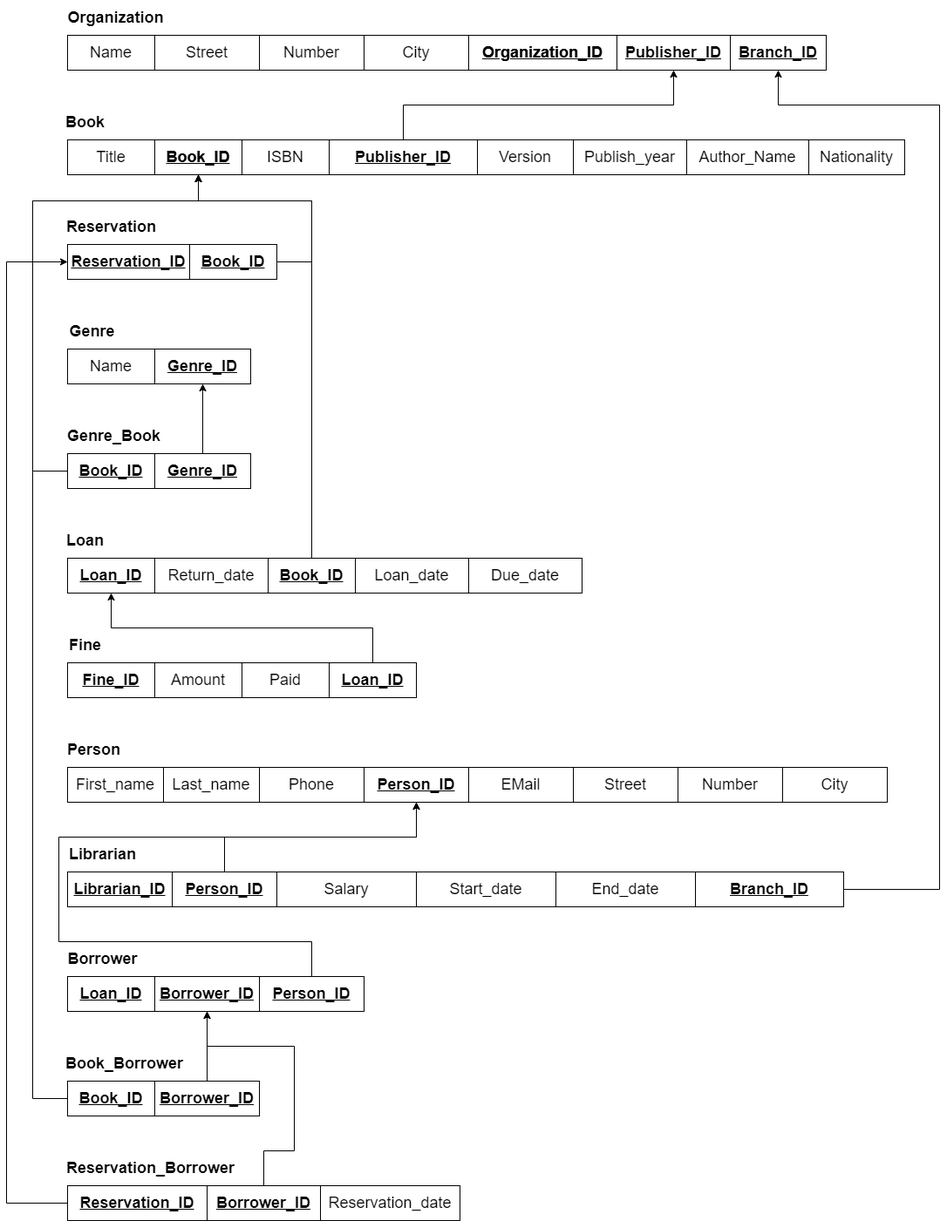
YouAndMEME/sose23-database keeps this draw.io diagram as Relational_Model/Relational Model - 2NF.png. Above is the earlier version. Source tidied: cells renumbered, new cells last; positions are measured from the earlier drawing's top-left corner, leaving out a move shared by most shapes.
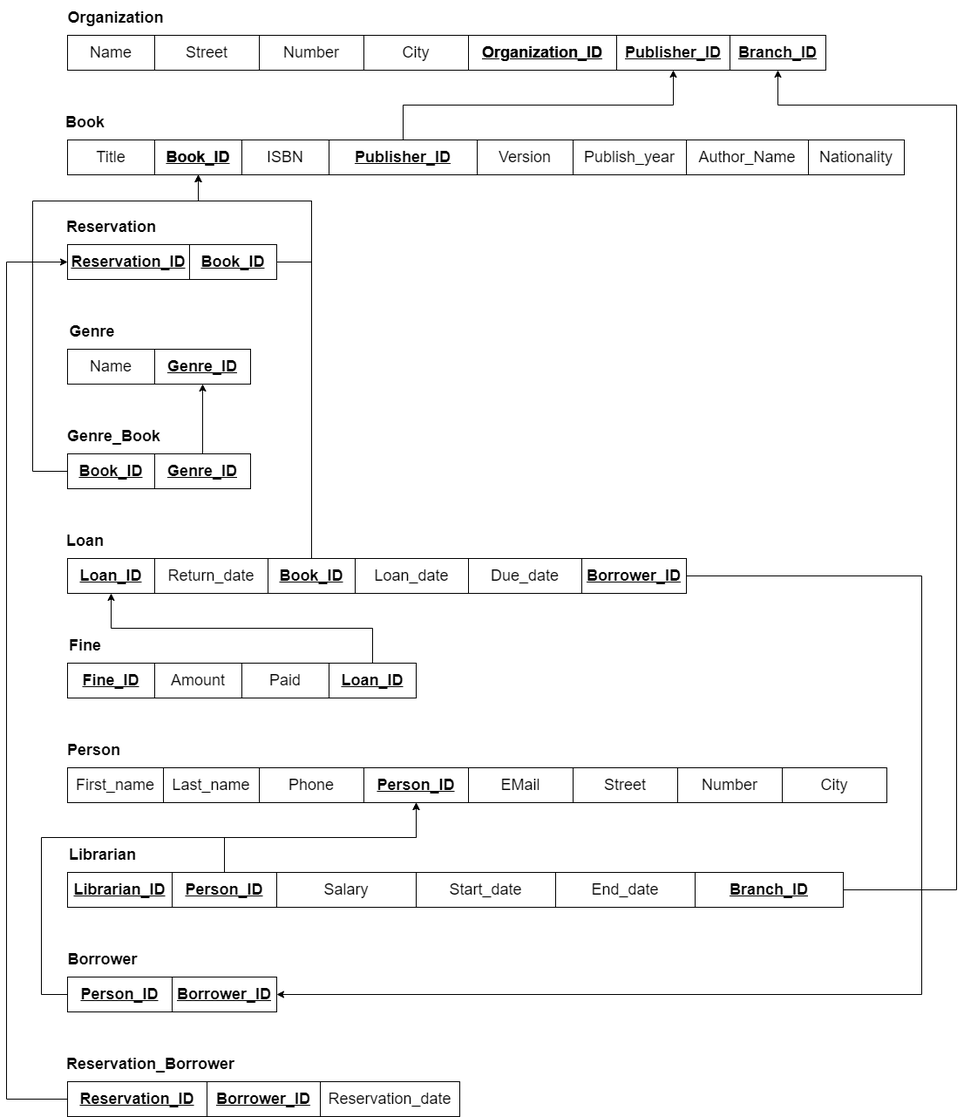
The same file after the commit.

Commit message:
Updated Relational Model Borrower

The edit, as a diff of the source:
```diff
@@ -141,7 +141,7 @@
       <mxGeometry x="70" y="1000" width="120" height="40" as="geometry" />
     </mxCell>
     <mxCell id="41" value="Borrower_ID" style="whiteSpace=wrap;html=1;align=center;strokeColor=default;fontSize=18;fillColor=none;fontStyle=5;" parent="1" vertex="1">
-      <mxGeometry x="170" y="1120" width="120" height="40" as="geometry" />
+      <mxGeometry x="190" y="1120" width="120" height="40" as="geometry" />
     </mxCell>
     <mxCell id="42" style="edgeStyle=orthogonalEdgeStyle;rounded=0;jettySize=auto;html=1;entryX=0.5;entryY=1;entryDx=0;entryDy=0;fontSize=18;" parent="1" edge="1" source="43" target="14">
       <mxGeometry relative="1" as="geometry">
@@ -154,78 +154,43 @@
     <mxCell id="43" value="&lt;b&gt;Person_ID&lt;/b&gt;" style="whiteSpace=wrap;html=1;align=center;strokeColor=default;fontSize=18;fillColor=none;fontStyle=4;" parent="1" vertex="1">
       <mxGeometry x="190" y="1000" width="120" height="40" as="geometry" />
     </mxCell>
-    <mxCell id="44" style="edgeStyle=orthogonalEdgeStyle;rounded=0;jettySize=auto;html=1;exitX=0.5;exitY=0;exitDx=0;exitDy=0;entryX=0.5;entryY=1;entryDx=0;entryDy=0;fontSize=18;" parent="1" edge="1" source="45" target="14">
+    <mxCell id="44" style="edgeStyle=orthogonalEdgeStyle;rounded=0;jettySize=auto;html=1;exitX=0;exitY=0.5;exitDx=0;exitDy=0;entryX=0.5;entryY=1;entryDx=0;entryDy=0;fontSize=18;" parent="1" edge="1" source="45" target="14">
       <mxGeometry relative="1" as="geometry">
         <Array as="points">
-          <mxPoint x="350" y="1080" />
-          <mxPoint x="60" y="1080" />
-          <mxPoint x="60" y="960" />
+          <mxPoint x="40" y="1140" />
+          <mxPoint x="40" y="960" />
           <mxPoint x="470" y="960" />
         </Array>
       </mxGeometry>
     </mxCell>
     <mxCell id="45" value="&lt;b&gt;Person_ID&lt;/b&gt;" style="whiteSpace=wrap;html=1;align=center;strokeColor=default;fontSize=18;fillColor=none;fontStyle=4;" parent="1" vertex="1">
-      <mxGeometry x="290" y="1120" width="120" height="40" as="geometry" />
+      <mxGeometry x="70" y="1120" width="120" height="40" as="geometry" />
     </mxCell>
-    <mxCell id="46" value="Loan_ID" style="whiteSpace=wrap;html=1;align=center;strokeColor=default;fontSize=18;fillColor=none;fontStyle=5;" parent="1" vertex="1">
-      <mxGeometry x="70" y="1120" width="100" height="40" as="geometry" />
-    </mxCell>
-    <mxCell id="47" value="Book_Borrower" style="text;strokeColor=none;fillColor=none;html=1;fontSize=18;fontStyle=1;verticalAlign=middle;align=center;" parent="1" vertex="1">
-      <mxGeometry x="80" y="1200" width="110" height="40" as="geometry" />
-    </mxCell>
-    <mxCell id="48" style="edgeStyle=orthogonalEdgeStyle;rounded=0;jettySize=auto;html=1;fontSize=18;entryX=0.5;entryY=1;entryDx=0;entryDy=0;" parent="1" edge="1" source="49" target="22">
-      <mxGeometry relative="1" as="geometry">
-        <Array as="points">
-          <mxPoint x="30" y="1260" />
-          <mxPoint x="30" y="230" />
-          <mxPoint x="220" y="230" />
-        </Array>
-      </mxGeometry>
-    </mxCell>
-    <mxCell id="49" value="Book_ID" style="whiteSpace=wrap;html=1;align=center;strokeColor=default;fontSize=18;fillColor=none;fontStyle=5;" parent="1" vertex="1">
-      <mxGeometry x="70" y="1240" width="100" height="40" as="geometry" />
-    </mxCell>
-    <mxCell id="50" style="edgeStyle=orthogonalEdgeStyle;rounded=0;jettySize=auto;html=1;entryX=0.5;entryY=1;entryDx=0;entryDy=0;fontSize=18;" parent="1" edge="1" source="51" target="41">
-      <mxGeometry relative="1" as="geometry" />
-    </mxCell>
-    <mxCell id="51" value="Borrower_ID" style="whiteSpace=wrap;html=1;align=center;strokeColor=default;fontSize=18;fillColor=none;fontStyle=5;" parent="1" vertex="1">
-      <mxGeometry x="170" y="1240" width="120" height="40" as="geometry" />
-    </mxCell>
     <mxCell id="52" value="Reservation_Borrower" style="text;strokeColor=none;fillColor=none;html=1;fontSize=18;fontStyle=1;verticalAlign=middle;align=center;" parent="1" vertex="1">
-      <mxGeometry x="110" y="1320" width="110" height="40" as="geometry" />
+      <mxGeometry x="110" y="1200" width="110" height="40" as="geometry" />
     </mxCell>
     <mxCell id="53" style="edgeStyle=orthogonalEdgeStyle;rounded=0;jettySize=auto;html=1;entryX=0;entryY=0.5;entryDx=0;entryDy=0;fontSize=18;" parent="1" edge="1" source="54" target="10">
       <mxGeometry relative="1" as="geometry">
         <Array as="points">
-          <mxPoint y="1380" />
+          <mxPoint y="1260" />
           <mxPoint y="300" />
         </Array>
       </mxGeometry>
     </mxCell>
     <mxCell id="54" value="Reservation_ID" style="whiteSpace=wrap;html=1;align=center;strokeColor=default;fontSize=18;fillColor=none;fontStyle=5;" parent="1" vertex="1">
-      <mxGeometry x="70" y="1360" width="160" height="40" as="geometry" />
+      <mxGeometry x="70" y="1240" width="160" height="40" as="geometry" />
     </mxCell>
-    <mxCell id="55" style="edgeStyle=orthogonalEdgeStyle;rounded=0;jettySize=auto;html=1;entryX=0.5;entryY=1;entryDx=0;entryDy=0;fontSize=18;exitX=0.5;exitY=0;exitDx=0;exitDy=0;" parent="1" edge="1" source="56" target="41">
-      <mxGeometry relative="1" as="geometry">
-        <Array as="points">
-          <mxPoint x="295" y="1320" />
-          <mxPoint x="330" y="1320" />
-          <mxPoint x="330" y="1200" />
-          <mxPoint x="230" y="1200" />
-        </Array>
-      </mxGeometry>
-    </mxCell>
     <mxCell id="56" value="Borrower_ID" style="whiteSpace=wrap;html=1;align=center;strokeColor=default;fontSize=18;fillColor=none;fontStyle=5;" parent="1" vertex="1">
-      <mxGeometry x="230" y="1360" width="130" height="40" as="geometry" />
+      <mxGeometry x="230" y="1240" width="130" height="40" as="geometry" />
     </mxCell>
     <mxCell id="57" value="Reservation_date" style="whiteSpace=wrap;html=1;align=center;strokeColor=default;fontSize=18;fillColor=none;" parent="1" vertex="1">
-      <mxGeometry x="360" y="1360" width="160" height="40" as="geometry" />
+      <mxGeometry x="360" y="1240" width="160" height="40" as="geometry" />
     </mxCell>
     <mxCell id="58" style="edgeStyle=orthogonalEdgeStyle;rounded=0;jettySize=auto;html=1;entryX=0.5;entryY=1;entryDx=0;entryDy=0;" parent="1" edge="1" source="59" target="17">
       <mxGeometry relative="1" as="geometry">
         <Array as="points">
-          <mxPoint x="1070" y="1020" />
-          <mxPoint x="1070" y="120" />
+          <mxPoint x="1090" y="1020" />
+          <mxPoint x="1090" y="120" />
           <mxPoint x="885" y="120" />
         </Array>
       </mxGeometry>
@@ -302,5 +267,16 @@
     <mxCell id="80" value="Start_date" style="whiteSpace=wrap;html=1;align=center;strokeColor=default;fontSize=18;fillColor=none;" parent="1" vertex="1">
       <mxGeometry x="470" y="1000" width="160" height="40" as="geometry" />
     </mxCell>
+    <mxCell id="50" style="edgeStyle=orthogonalEdgeStyle;rounded=0;jettySize=auto;html=1;entryX=1;entryY=0.5;entryDx=0;entryDy=0;" parent="1" edge="1" source="51" target="41">
+      <mxGeometry relative="1" as="geometry">
+        <Array as="points">
+          <mxPoint x="1050" y="660" />
+          <mxPoint x="1050" y="1140" />
+        </Array>
+      </mxGeometry>
+    </mxCell>
+    <mxCell id="51" value="Borrower_ID" style="whiteSpace=wrap;html=1;align=center;strokeColor=default;fontSize=18;fillColor=none;fontStyle=5;" parent="1" vertex="1">
+      <mxGeometry x="660" y="640" width="120" height="40" as="geometry" />
+    </mxCell>
   </root>
 </mxGraphModel>
```
